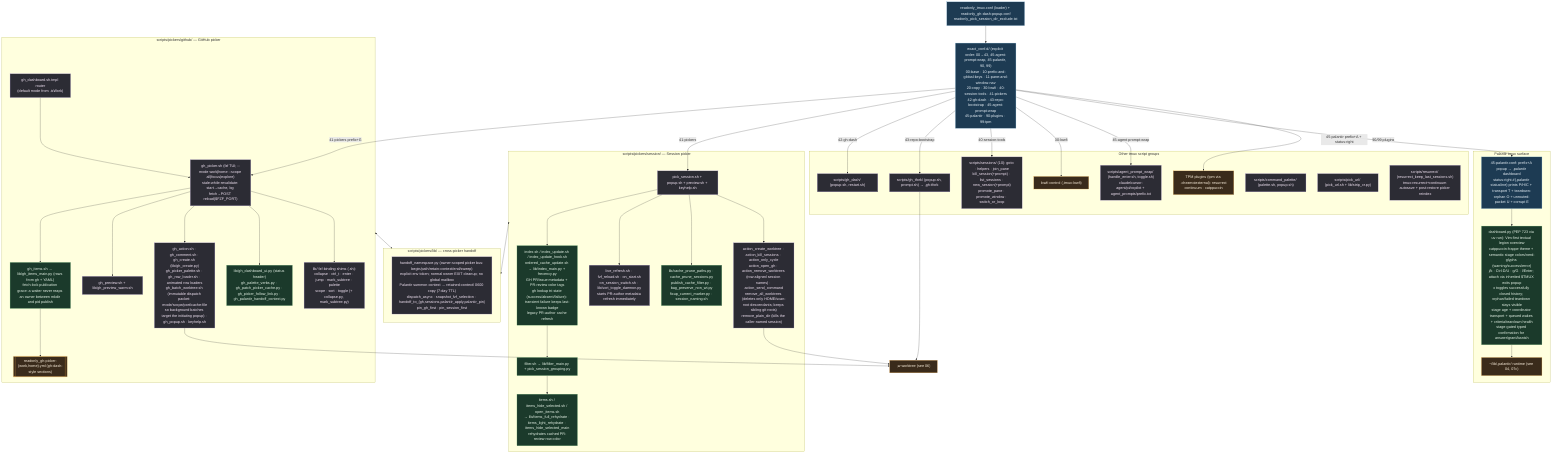
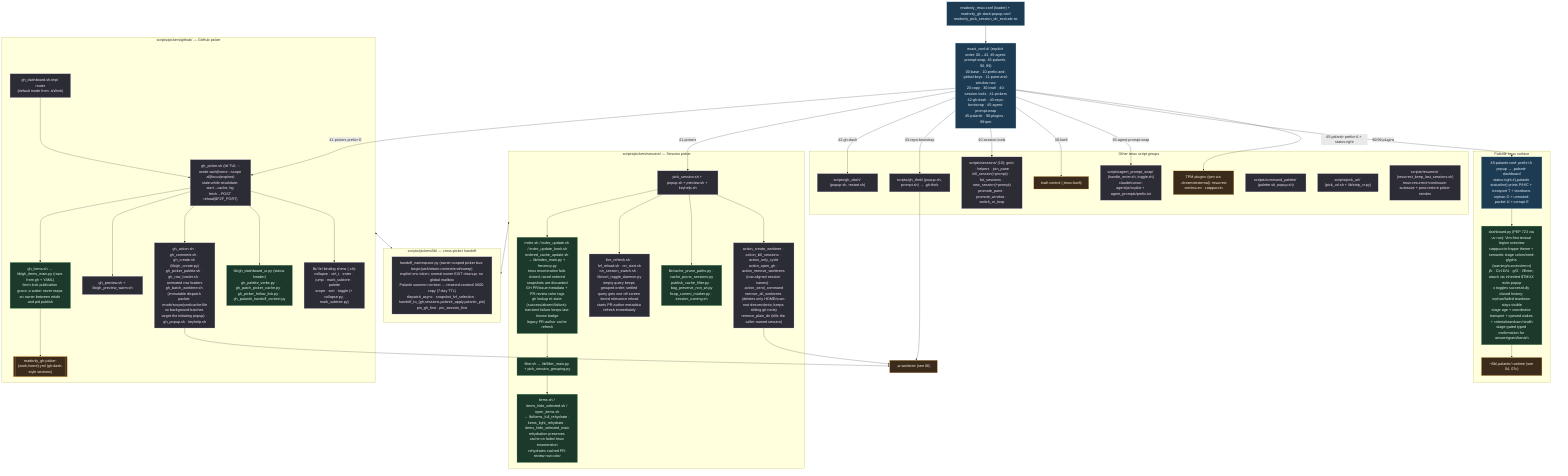
%% ============================================================================
%% 05-tmux-pickers.mmd — Every file under home/dot_config/exact_tmux/ (120).
%% Loader sources files explicitly: 00..43, 45-agent-prompt-wrap, 45-palantir, 90, 99.
%% Deployed to ~/.config/tmux/. Prefix = C-Space.
%% ============================================================================
flowchart TD
    classDef conf fill:#1d3b53,stroke:#7fb3d5,color:#eaf2f8;
    classDef sh fill:#2c2c34,stroke:#b39ddb,color:#f3e5f5;
    classDef py fill:#1b3a2b,stroke:#81c784,color:#e8f5e9;
    classDef data fill:#3a2b1b,stroke:#ffb74d,color:#fff3e0;

    LOADER["readonly_tmux.conf (loader) + readonly_gh-dash-popup.conf<br/>readonly_pick_session_dir_exclude.txt"]:::conf
    LOADER --> CONFD["exact_conf.d/ (explicit order: 00→43, 45-agent-prompt-wrap, 45-palantir, 90, 99)<br/>00-base · 10-prefix-and-global-keys · 11-pane-and-window-nav<br/>20-copy · 30-lowfi · 40-session-tools · 41-pickers<br/>42-gh-dash · 43-repo-bootstrap · 45-agent-prompt-wrap<br/>45-palantir · 90-plugins · 99-tpm"]:::conf

    CONFD -->|41-pickers prefix+G| GHP
    CONFD -->|41-pickers| SESS
    CONFD -->|42-gh-dash| GHDASH
    CONFD -->|43-repo-bootstrap| TFORK
    CONFD -->|40-session-tools| SESSIONS
    CONFD -->|30-lowfi| LOWFI
    CONFD -->|45-agent-prompt-wrap| APW
    CONFD -->|45-palantir prefix+A + status-right| PALTMUX
    CONFD -->|90/99 plugins| PLUGINS

    subgraph GH["scripts/pickers/github/ — GitHub picker"]
        GHROUTER["gh_dashboard.sh.tmpl router<br/>(default mode from .isWork)"]:::sh
        GHP["gh_picker.sh (fzf TUI; --mode work|home --scope all|focus|explore)<br/>stale-while-revalidate: start→cache, bg fetch→POST reload($FZF_PORT)"]:::sh
        GHITEMS["gh_items.sh → lib/gh_items_main.py (rows from gh + YAML)<br/>fetch-lock publication grace: a waiter never reaps an owner between mkdir and pid publish"]:::py
        GHCFG[["readonly_gh-picker-{work,home}.yml (gh-dash-style sections)"]]:::data
        GHPREV["gh_preview.sh + lib/gh_preview_warm.sh"]:::sh
        GHACT["gh_action.sh · gh_comment.sh · gh_create.sh (lib/gh_create.py)<br/>gh_picker_palette.sh · gh_row_loader.sh · animated row loaders<br/>gh_batch_worktree.sh (immutable dispatch packet: mode/scope/port/cache-file<br/>so background batches target the initiating popup) · gh_popup.sh · keyhelp.sh"]:::sh
        GHUI["lib/gh_dashboard_ui.py (status header)<br/>gh_palette_verbs.py · gh_patch_picker_cache.py · gh_picker_follow_link.py · gh_palantir_handoff_context.py"]:::py
        GHBIND["lib/ fzf-binding shims (.sh):<br/>collapse · ctrl_t · enter · jump · mark_subtree · palette<br/>scope · sort · toggle (+ collapse.py, mark_subtree.py)"]:::sh
        GHROUTER --> GHP --> GHITEMS --> GHCFG
        GHP --> GHPREV & GHACT & GHUI & GHBIND
    end

    subgraph SE["scripts/pickers/session/ — Session picker"]
        SESS["pick_session.sh + popup.sh + preview.sh + keyhelp.sh"]:::sh
-         SIDX["index.sh / index_update.sh / index_update_hook.sh<br/>ordered_cache_update.sh → lib/index_main.py + frecency.py<br/>GH PR/issue metadata + PR-review color tags<br/>gh lookup tri-state (success/absent/failure): transient failure keeps last-known badge<br/>legacy PR-author cache refresh"]:::py
+         SIDX["index.sh / index_update.sh / index_update_hook.sh<br/>ordered_cache_update.sh → lib/index_main.py + frecency.py<br/>tmux enumeration fails closed; raced ordered snapshots are discarded<br/>GH PR/issue metadata + PR-review color tags<br/>gh lookup tri-state (success/absent/failure): transient failure keeps last-known badge<br/>legacy PR-author cache refresh"]:::py
        SFILT["filter.sh → lib/filter_main.py + pick_session_grouping.py"]:::py
-         SITEMS["items.sh / items_hide_selected.sh / open_items.sh<br/>→ lib/items_full_rehydrate · items_light_rehydrate · items_hide_selected_main<br/>rehydrates cached PR-review row color"]:::py
-         SLIVE["live_refresh.sh · fzf_reload.sh · on_start.sh<br/>on_session_switch.sh · lib/sort_toggle_daemon.py<br/>starts PR-author metadata refresh immediately"]:::sh
+         SITEMS["items.sh / items_hide_selected.sh / open_items.sh<br/>→ lib/items_full_rehydrate · items_light_rehydrate · items_hide_selected_main<br/>rehydration preserves cache on failed tmux enumeration<br/>rehydrates cached PR-review row color"]:::py
+         SLIVE["live_refresh.sh · fzf_reload.sh · on_start.sh<br/>on_session_switch.sh · lib/sort_toggle_daemon.py<br/>empty query keeps grouped order; settled query gets one off-screen tiered relevance reload<br/>starts PR-author metadata refresh immediately"]:::sh
        SCACHE["lib/cache_prune_paths.py · cache_prune_sessions.py<br/>publish_cache_filter.py · bag_preserve_non_wt.py<br/>fixup_current_marker.py · session_naming.sh"]:::py
        SACT["action_create_worktree · action_kill_sessions · action_only_cycle<br/>action_open_gh · action_remove_worktrees (row-aligned session names) · action_send_command<br/>remove_all_worktrees (deletes only HOME/scan-root descendants; keeps sibling git roots)<br/>remove_plain_dir (kills the caller-named session)"]:::sh
        SESS --> SIDX --> SFILT --> SITEMS
        SESS --> SLIVE & SCACHE & SACT
    end

    subgraph PLIB["scripts/pickers/lib/ — cross-picker handoff"]
        HO["handoff_namespace.py (owner-scoped picker bus: begin/path/retain-context/end/sweep)<br/>explicit env token; normal owner EXIT cleanup; no global mailbox<br/>Palantir summon context → retained-context/ 0600 copy (7-day TTL)<br/>dispatch_async · snapshot_fzf_selection · handoff_to_{gh,sessions,palantir_apply,palantir_pin}<br/>pin_gh_first · pin_session_first"]:::sh
    end
    GH <--> PLIB
    SE <--> PLIB

    subgraph OTHER["Other tmux script groups"]
        SESSIONS["scripts/sessions/ (10): goto · helpers · join_pane<br/>kill_session(+prompt) · list_sessions · new_session(+prompt)<br/>promote_pane · promote_window · switch_or_loop"]:::sh
        GHDASH["scripts/gh_dash/ (popup.sh, restart.sh)"]:::sh
        TFORK["scripts/gh_tfork/ (popup.sh, prompt.sh) → ,gh-tfork"]:::sh
        CMDP["scripts/command_palette/ (palette.sh, popup.sh)"]:::sh
        PURL["scripts/pick_url/ (pick_url.sh + lib/strip_cr.py)"]:::sh
        APW["scripts/agent_prompt_wrap/ (handle_enter.sh, toggle.sh)<br/>claude/cursor-agent/pi/copilot + agent_prompts/prefix.txt"]:::sh
        RESUR["scripts/resurrect/ (resurrect_keep_last_sessions.sh)<br/>tmux-resurrect+continuum autosave + post-restore picker reindex"]:::sh
        LOWFI["lowfi control (,tmux-lowfi)"]:::data
        PLUGINS["TPM plugins (tpm via .chezmoiexternal): resurrect<br/>continuum · catppuccin"]:::data
    end
    SACT --> WLINK[",w worktree (see 06)"]:::data
    GHACT --> WLINK
    TFORK --> WLINK

    subgraph PAL["Palantir tmux surface"]
        PALTMUX["45-palantir.conf: prefix+A popup → ,palantir dashboard<br/>status-right #(,palantir statusline) prints P/H/C + transport T + teardown-orphan O + unrouted-packet U + corrupt E"]:::conf
        PALDASH["dashboard.py (PEP 723 via uv run): Vim-first textual legion overview<br/>catppuccin-frappe theme + semantic stage colors/nerd-glyphs (warning/success/error)<br/>j/k · Ctrl-D/U · g/G · l/Enter; attach via inherited $TMUX exits popup<br/>x toggles successfully closed history; orphan/failed teardown stays visible<br/>stage age + coordinator transport + queued wakes + criteria/teardown health<br/>stage-gated typed confirmation for answer/grant/banish"]:::py
        PALTMUX --> PALDASH
        PALDASH --> PALLIB["~/lib/,palantir/ runtime (see 04, 07c)"]:::data
    end
